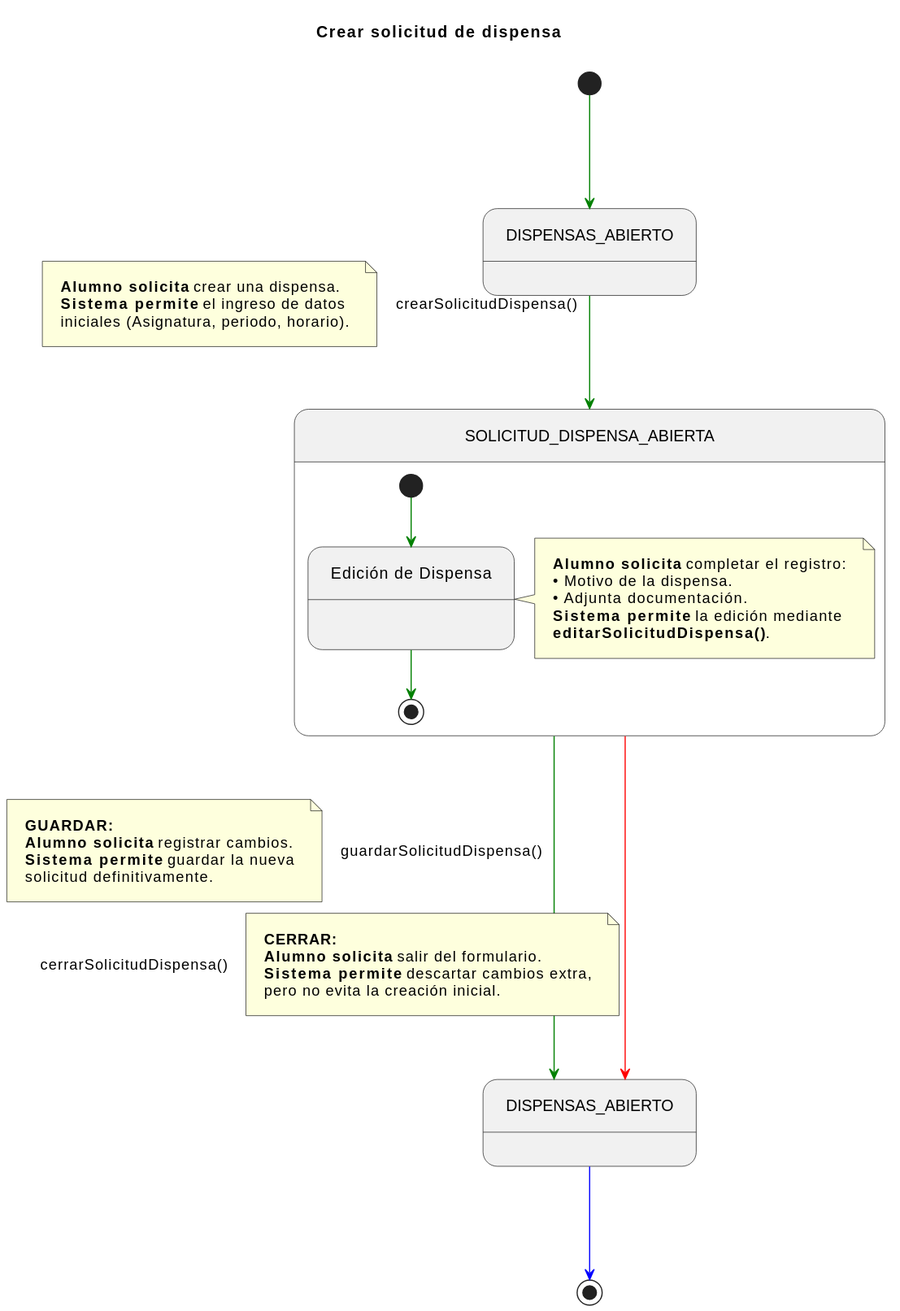
The PlantUML diagram documents/CasosDeUso/DetalladoCasosDeUso/Alumno/crearSolicitudDispensa.svg in enmabry/25-26-IdSw1-SdR, before a commit.
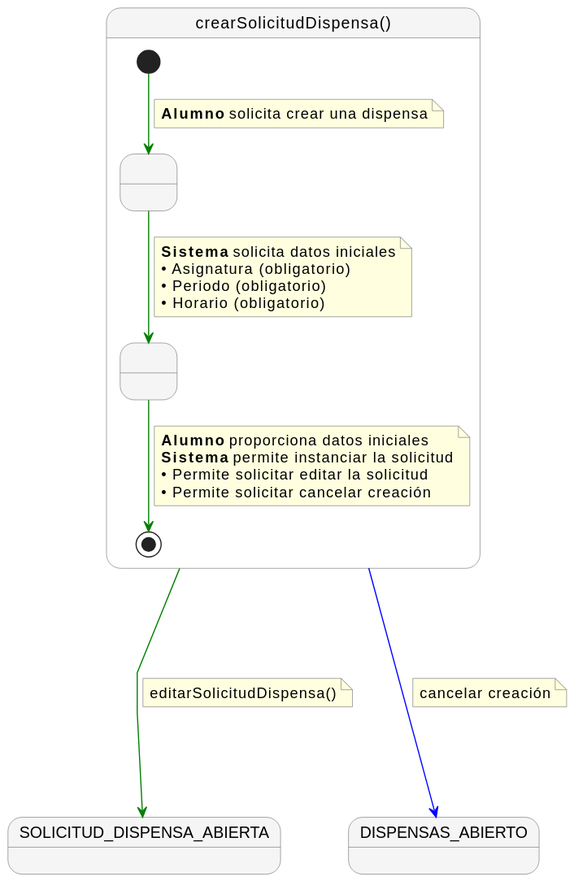
Above is the later version.

Commit message:
refactor(dispensas): estandarizar diagramas de estado de casos de uso de dispensas

Change to the diagram source:
```diff
@@ -1,57 +1,49 @@
 @startuml
-title Crear solicitud de dispensa
+skinparam nodesep 60
+skinparam ranksep 60
+skinparam linetype polyline
+skinparam NoteBackgroundColor lightyellow
+skinparam NoteBorderColor gray
+skinparam StateBackgroundColor #F5F5F5
+skinparam StateBorderColor gray
 
-skinparam nodesep 100
-skinparam ranksep 100
-skinparam linetype ortho
-skinparam Padding 10
+state "crearSolicitudDispensa()" as crearSolicitudDispensa {
 
-state DISPENSAS_ABIERTO_INICIAL          as "DISPENSAS_ABIERTO"
-state SOLICITUD_DISPENSA_ABIERTA_COMP    as "SOLICITUD_DISPENSA_ABIERTA"
-state DISPENSAS_ABIERTO_FINAL            as "DISPENSAS_ABIERTO"
+    state " " as Paso1
+    state " " as Paso2
 
-[*] -[#green]-> DISPENSAS_ABIERTO_INICIAL
+    [*] -[#green]-> Paso1
+    note on link
+      <b>Alumno</b> solicita crear una dispensa
+    end note
 
-DISPENSAS_ABIERTO_INICIAL -[#green]-> SOLICITUD_DISPENSA_ABIERTA_COMP : crearSolicitudDispensa()
-note left on link
-    <b>Alumno solicita</b> crear una dispensa.
-    <b>Sistema permite</b> el ingreso de datos
-    iniciales (Asignatura, periodo, horario).
+    Paso1 -[#green]-> Paso2
+    note on link
+      <b>Sistema</b> solicita datos iniciales
+      • Asignatura (obligatorio)
+      • Periodo (obligatorio)
+      • Horario (obligatorio)
+    end note
+
+    Paso2 -[#green]-> [*]
+    note on link
+      <b>Alumno</b> proporciona datos iniciales
+      <b>Sistema</b> permite instanciar la solicitud
+      • Permite solicitar editar la solicitud
+      • Permite solicitar cancelar creación
+    end note
+}
+
+state "SOLICITUD_DISPENSA_ABIERTA" as SOLICITUD_DISPENSA_ABIERTA
+state "DISPENSAS_ABIERTO" as DISPENSAS_ABIERTO
+
+crearSolicitudDispensa -[#green]---> SOLICITUD_DISPENSA_ABIERTA
+note right on link
+  editarSolicitudDispensa()
 end note
 
-state SOLICITUD_DISPENSA_ABIERTA_COMP {
-    state FormularioEdicion as "Edición de Dispensa"
-
-    FormularioEdicion :
-
-    [*] -[#green]-> FormularioEdicion
-
-    note right of FormularioEdicion
-        <b>Alumno solicita</b> completar el registro:
-        • Motivo de la dispensa.
-        • Adjunta documentación.
-        <b>Sistema permite</b> la edición mediante
-        **editarSolicitudDispensa()**.
-    end note
-
-    FormularioEdicion -[#green]-> [*]
-}
-
-SOLICITUD_DISPENSA_ABIERTA_COMP -[#green]---> DISPENSAS_ABIERTO_FINAL : guardarSolicitudDispensa()
-note left on link
-    <b>GUARDAR:</b>
-    <b>Alumno solicita</b> registrar cambios.
-    <b>Sistema permite</b> guardar la nueva
-    solicitud definitivamente.
+crearSolicitudDispensa -[#blue]---> DISPENSAS_ABIERTO
+note right on link
+  cancelar creación
 end note
-
-SOLICITUD_DISPENSA_ABIERTA_COMP -[#red]---> DISPENSAS_ABIERTO_FINAL : cerrarSolicitudDispensa()
-note right on link
-    <b>CERRAR:</b>
-    <b>Alumno solicita</b> salir del formulario.
-    <b>Sistema permite</b> descartar cambios extra,
-    pero no evita la creación inicial.
-end note
-
-DISPENSAS_ABIERTO_FINAL -[#blue]-> [*]
 @enduml
```
